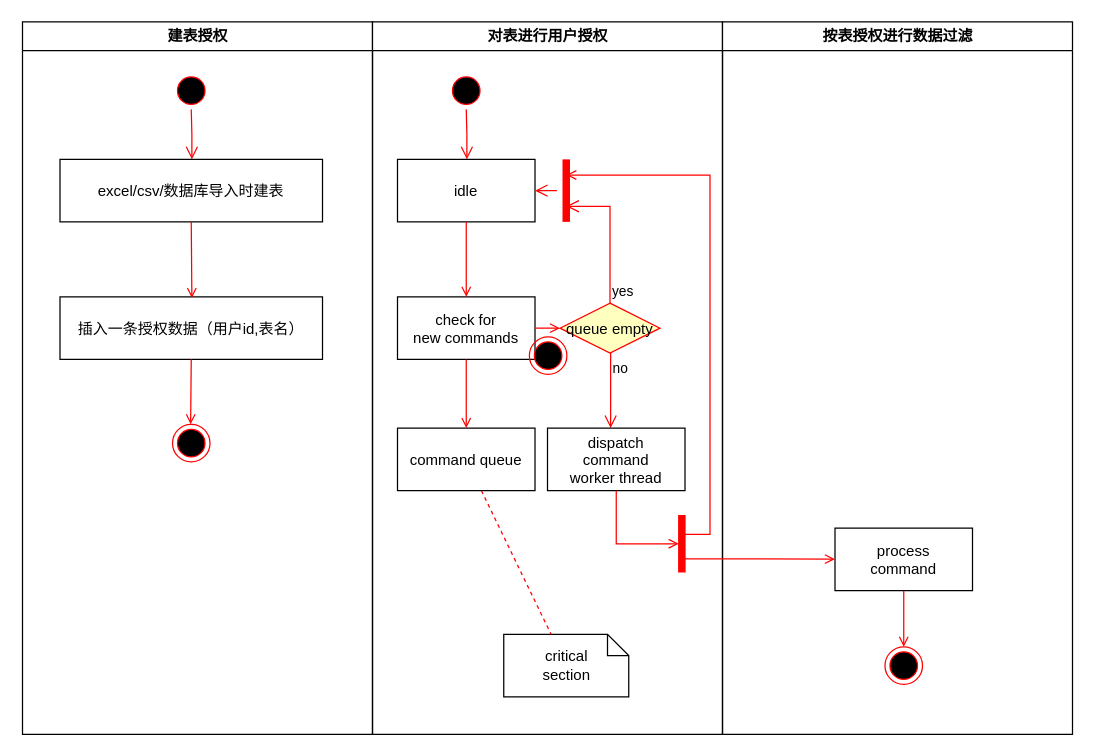
Above: .drawio in hesiwei/diagrams (draw.io), before the change. Source tidied: cells renumbered, new cells numbered last; positions are measured from the earlier drawing's top-left corner, leaving out a move shared by most shapes. Both pictures are drawn from the tidied source at 125%, with x=0, y=0 at pixel (21, 21).
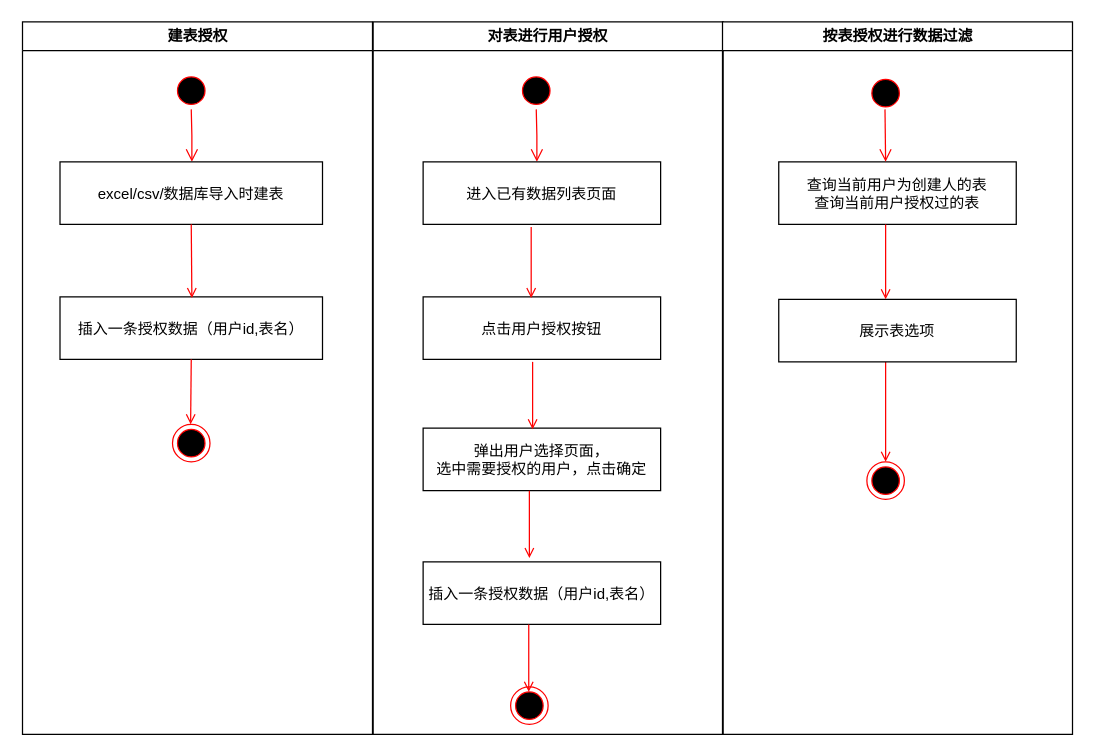
Above is the later version.

Commit message:
第一版表授权逻辑

Unchanged cells that the change refers to:
```xml
<mxCell id="2" value="建表授权" style="swimlane;whiteSpace=wrap;" parent="1" vertex="1">
  <mxGeometry x="0.5" width="280" height="570" as="geometry" />
</mxCell>
<mxCell id="29" value="按表授权进行数据过滤" style="swimlane;whiteSpace=wrap;" parent="1" vertex="1">
  <mxGeometry x="560.5" width="280" height="570" as="geometry" />
</mxCell>
```

The edit, as a diff of the source:
```diff
@@
     <mxCell id="5" value="excel/csv/数据库导入时建表" parent="2" vertex="1">
-      <mxGeometry x="30" y="110" width="210" height="50" as="geometry" />
+      <mxGeometry x="30" y="112" width="210" height="50" as="geometry" />
     </mxCell>
@@
     <mxCell id="10" value="对表进行用户授权" style="swimlane;whiteSpace=wrap;" parent="1" vertex="1">
-      <mxGeometry x="280.5" width="280" height="570" as="geometry" />
+      <mxGeometry x="281" width="280" height="570" as="geometry" />
     </mxCell>
     <mxCell id="11" style="ellipse;shape=startState;fillColor=#000000;strokeColor=#ff0000;" parent="10" vertex="1">
-      <mxGeometry x="60" y="40" width="30" height="30" as="geometry" />
+      <mxGeometry x="115.5" y="40" width="30" height="30" as="geometry" />
     </mxCell>
     <mxCell id="12" style="edgeStyle=elbowEdgeStyle;elbow=horizontal;verticalAlign=bottom;endArrow=open;endSize=8;strokeColor=#FF0000;endFill=1;rounded=0;" parent="10" edge="1" source="11" target="13">
-      <mxGeometry x="40" y="20" as="geometry" />
+      <mxGeometry x="95.5" y="20" as="geometry" />
     </mxCell>
-    <mxCell id="13" value="idle" parent="10" vertex="1">
-      <mxGeometry x="20" y="110" width="110" height="50" as="geometry" />
+    <mxCell id="13" value="进入已有数据列表页面" parent="10" vertex="1">
+      <mxGeometry x="40" y="112" width="190" height="50" as="geometry" />
     </mxCell>
-    <mxCell id="14" value="check for &#10;new commands" parent="10" vertex="1">
-      <mxGeometry x="20" y="220" width="110" height="50" as="geometry" />
+    <mxCell id="14" value="点击用户授权按钮" parent="10" vertex="1">
+      <mxGeometry x="40" y="220" width="190" height="50" as="geometry" />
     </mxCell>
-    <mxCell id="15" style="endArrow=open;strokeColor=#FF0000;endFill=1;rounded=0;" parent="10" edge="1" source="13" target="14">
+    <mxCell id="15" style="endArrow=open;strokeColor=#FF0000;endFill=1;rounded=0;entryX=0.455;entryY=0.02;entryDx=0;entryDy=0;entryPerimeter=0;exitX=0.455;exitY=1.04;exitDx=0;exitDy=0;exitPerimeter=0;" parent="10" edge="1" source="13" target="14">
       <mxGeometry relative="1" as="geometry" />
     </mxCell>
-    <mxCell id="16" value="command queue" parent="10" vertex="1">
-      <mxGeometry x="20" y="325" width="110" height="50" as="geometry" />
+    <mxCell id="16" value="弹出用户选择页面，&#10;选中需要授权的用户，点击确定" parent="10" vertex="1">
+      <mxGeometry x="40" y="325" width="190" height="50" as="geometry" />
     </mxCell>
-    <mxCell id="17" style="endArrow=open;strokeColor=#FF0000;endFill=1;rounded=0;" parent="10" edge="1" source="14" target="16">
+    <mxCell id="17" style="endArrow=open;strokeColor=#FF0000;endFill=1;rounded=0;exitX=0.461;exitY=1.04;exitDx=0;exitDy=0;exitPerimeter=0;entryX=0.461;entryY=0.02;entryDx=0;entryDy=0;entryPerimeter=0;" parent="10" edge="1" source="14" target="16">
       <mxGeometry relative="1" as="geometry" />
     </mxCell>
-    <mxCell id="18" value="queue empty" style="rhombus;fillColor=#ffffc0;strokeColor=#ff0000;" parent="10" vertex="1">
-      <mxGeometry x="150" y="225" width="80" height="40" as="geometry" />
-    </mxCell>
-    <mxCell id="19" value="yes" style="edgeStyle=elbowEdgeStyle;elbow=horizontal;align=left;verticalAlign=bottom;endArrow=open;endSize=8;strokeColor=#FF0000;exitX=0.5;exitY=0;endFill=1;rounded=0;entryX=0.75;entryY=0.5;entryPerimeter=0;" parent="10" edge="1" source="18" target="22">
-      <mxGeometry x="-1" relative="1" as="geometry">
-        <Array as="points">
-          <mxPoint x="190" y="180" />
-        </Array>
-      </mxGeometry>
-    </mxCell>
-    <mxCell id="20" value="no" style="edgeStyle=elbowEdgeStyle;elbow=horizontal;align=left;verticalAlign=top;endArrow=open;endSize=8;strokeColor=#FF0000;endFill=1;rounded=0;" parent="10" edge="1" source="18" target="24">
-      <mxGeometry x="-1" relative="1" as="geometry" />
-    </mxCell>
-    <mxCell id="21" style="endArrow=open;strokeColor=#FF0000;endFill=1;rounded=0;" parent="10" edge="1" source="14" target="18">
-      <mxGeometry relative="1" as="geometry" />
-    </mxCell>
-    <mxCell id="22" style="shape=line;strokeWidth=6;strokeColor=#ff0000;rotation=90;" parent="10" vertex="1">
-      <mxGeometry x="130" y="127.5" width="50" height="15" as="geometry" />
-    </mxCell>
-    <mxCell id="23" style="edgeStyle=elbowEdgeStyle;elbow=horizontal;verticalAlign=bottom;endArrow=open;endSize=8;strokeColor=#FF0000;endFill=1;rounded=0;" parent="10" edge="1" source="22" target="13">
-      <mxGeometry x="130" y="90" as="geometry" />
-    </mxCell>
-    <mxCell id="24" value="dispatch&#10;command&#10;worker thread" parent="10" vertex="1">
-      <mxGeometry x="140" y="325" width="110" height="50" as="geometry" />
-    </mxCell>
-    <mxCell id="25" value="critical&#10;section" style="shape=note;whiteSpace=wrap;size=17;" parent="10" vertex="1">
-      <mxGeometry x="105" y="490" width="100" height="50" as="geometry" />
-    </mxCell>
-    <mxCell id="26" style="endArrow=none;strokeColor=#FF0000;endFill=0;rounded=0;dashed=1;" parent="10" edge="1" source="16" target="25">
-      <mxGeometry relative="1" as="geometry" />
-    </mxCell>
-    <mxCell id="27" style="whiteSpace=wrap;strokeColor=#FF0000;fillColor=#FF0000;" parent="10" vertex="1">
-      <mxGeometry x="245" y="395" width="5" height="45" as="geometry" />
-    </mxCell>
-    <mxCell id="28" style="edgeStyle=elbowEdgeStyle;elbow=horizontal;entryX=0;entryY=0.5;strokeColor=#FF0000;endArrow=open;endFill=1;rounded=0;" parent="10" edge="1" source="24" target="27">
-      <mxGeometry relative="1" as="geometry">
-        <Array as="points">
-          <mxPoint x="195" y="400" />
-        </Array>
-      </mxGeometry>
-    </mxCell>
+    <mxCell id="35" style="ellipse;html=1;shape=endState;fillColor=#000000;strokeColor=#ff0000;" parent="10" vertex="1">
+      <mxGeometry x="110" y="532" width="30" height="30" as="geometry" />
+    </mxCell>
+    <mxCell id="36" style="endArrow=open;strokeColor=#FF0000;endFill=1;rounded=0;exitX=0.461;exitY=1.04;exitDx=0;exitDy=0;exitPerimeter=0;entryX=0.461;entryY=0.02;entryDx=0;entryDy=0;entryPerimeter=0;" parent="10" edge="1">
+      <mxGeometry relative="1" as="geometry">
+        <mxPoint x="125" y="375" as="sourcePoint" />
+        <mxPoint x="125" y="429" as="targetPoint" />
+      </mxGeometry>
+    </mxCell>
+    <mxCell id="37" value="插入一条授权数据（用户id,表名）" parent="10" vertex="1">
+      <mxGeometry x="40" y="432" width="190" height="50" as="geometry" />
+    </mxCell>
+    <mxCell id="38" style="endArrow=open;strokeColor=#FF0000;endFill=1;rounded=0;exitX=0.461;exitY=1.04;exitDx=0;exitDy=0;exitPerimeter=0;entryX=0.461;entryY=0.02;entryDx=0;entryDy=0;entryPerimeter=0;" parent="10" edge="1">
+      <mxGeometry relative="1" as="geometry">
+        <mxPoint x="124.5" y="482" as="sourcePoint" />
+        <mxPoint x="124.5" y="536" as="targetPoint" />
+      </mxGeometry>
+    </mxCell>
@@
-    <mxCell id="30" value="process&#10;command" parent="29" vertex="1">
-      <mxGeometry x="90" y="405" width="110" height="50" as="geometry" />
-    </mxCell>
-    <mxCell id="31" style="edgeStyle=elbowEdgeStyle;elbow=horizontal;strokeColor=#FF0000;endArrow=open;endFill=1;rounded=0;entryX=0.25;entryY=0.5;entryPerimeter=0;" parent="29" edge="1" target="22">
-      <mxGeometry relative="1" as="geometry">
-        <mxPoint x="-30" y="410" as="sourcePoint" />
-        <Array as="points">
-          <mxPoint x="-10" y="135" />
-        </Array>
-      </mxGeometry>
-    </mxCell>
-    <mxCell id="32" style="edgeStyle=none;strokeColor=#FF0000;endArrow=open;endFill=1;rounded=0;" parent="29" edge="1" target="30">
-      <mxGeometry relative="1" as="geometry">
-        <mxPoint x="-30" y="429.5" as="sourcePoint" />
-      </mxGeometry>
-    </mxCell>
     <mxCell id="33" style="ellipse;shape=endState;fillColor=#000000;strokeColor=#ff0000;" parent="29" vertex="1">
-      <mxGeometry x="130" y="500" width="30" height="30" as="geometry" />
+      <mxGeometry x="115.5" y="352" width="30" height="30" as="geometry" />
     </mxCell>
-    <mxCell id="34" style="endArrow=open;strokeColor=#FF0000;endFill=1;rounded=0;" parent="29" edge="1" source="30" target="33">
-      <mxGeometry relative="1" as="geometry" />
+    <mxCell id="34" style="endArrow=open;strokeColor=#FF0000;endFill=1;rounded=0;" parent="29" edge="1">
+      <mxGeometry relative="1" as="geometry">
+        <mxPoint x="130.5" y="272" as="sourcePoint" />
+        <mxPoint x="130.5" y="352" as="targetPoint" />
+      </mxGeometry>
     </mxCell>
-    <mxCell id="35" style="ellipse;html=1;shape=endState;fillColor=#000000;strokeColor=#ff0000;" parent="1" vertex="1">
-      <mxGeometry x="406" y="252" width="30" height="30" as="geometry" />
-    </mxCell>
+    <mxCell id="39" style="ellipse;shape=startState;fillColor=#000000;strokeColor=#ff0000;" parent="29" vertex="1">
+      <mxGeometry x="115.5" y="42" width="30" height="30" as="geometry" />
+    </mxCell>
+    <mxCell id="40" value="查询当前用户为创建人的表&#10;查询当前用户授权过的表" parent="29" vertex="1">
+      <mxGeometry x="45" y="112" width="190" height="50" as="geometry" />
+    </mxCell>
+    <mxCell id="41" style="edgeStyle=elbowEdgeStyle;elbow=horizontal;verticalAlign=bottom;endArrow=open;endSize=8;strokeColor=#FF0000;endFill=1;rounded=0;" parent="29" edge="1">
+      <mxGeometry x="-350" y="-108" as="geometry">
+        <mxPoint x="130" y="70" as="sourcePoint" />
+        <mxPoint x="130.5" y="112" as="targetPoint" />
+      </mxGeometry>
+    </mxCell>
+    <mxCell id="42" value="展示表选项" parent="29" vertex="1">
+      <mxGeometry x="45" y="222" width="190" height="50" as="geometry" />
+    </mxCell>
+    <mxCell id="43" style="endArrow=open;strokeColor=#FF0000;endFill=1;rounded=0;" parent="29" edge="1">
+      <mxGeometry relative="1" as="geometry">
+        <mxPoint x="130.5" y="162" as="sourcePoint" />
+        <mxPoint x="130.5" y="222" as="targetPoint" />
+      </mxGeometry>
+    </mxCell>
```
